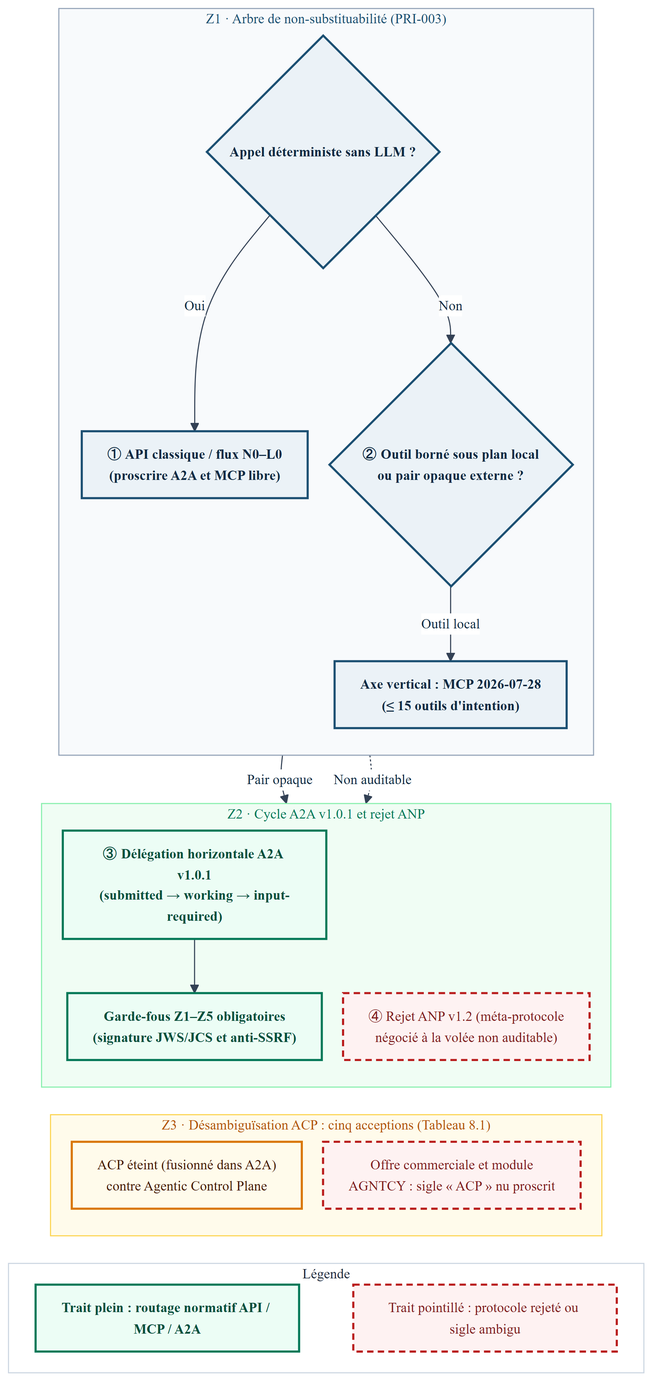
Earlier version of the Mermaid export Sources/Compendium/ouvrage/schemas/rendus/SCH-08-01.png (agbruneau/Agentique). Its source is kept beside it as Sources/Compendium/ouvrage/schemas/SCH-08-01.mmd.
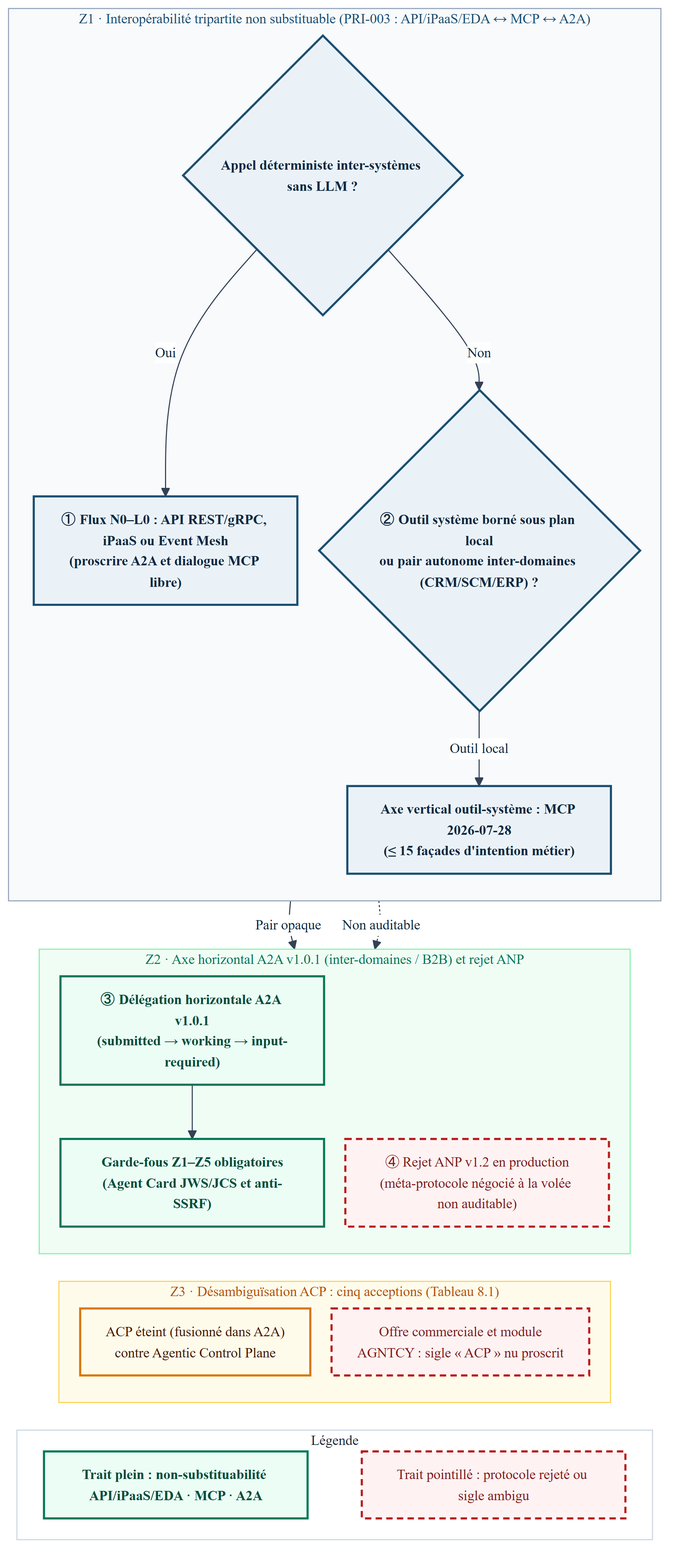
The same file after the commit.

The edit, as a diff of the source:
```diff
@@ -1,21 +1,21 @@
 %%{init: {'theme': 'base', 'themeVariables': {'fontFamily': 'DejaVu Sans', 'fontSize': '13px', 'lineColor': '#334155', 'edgeLabelBackground': '#FFFFFF', 'primaryTextColor': '#0F2942'}, 'flowchart': {'nodeSpacing': 20, 'rankSpacing': 26, 'padding': 12}}}%%
 flowchart TB
-  subgraph Z1["Z1 · Arbre de non-substituabilité (PRI-003)"]
+  subgraph Z1["Z1 · Interopérabilité tripartite non substituable (PRI-003 : API/iPaaS/EDA ↔ MCP ↔ A2A)"]
     direction TB
-    N1{"Appel déterministe sans LLM ?"}:::det
-    N2["① API classique / flux N0–L0<br/>(proscrire A2A et MCP libre)"]:::det
-    N3{"② Outil borné sous plan local<br/>ou pair opaque externe ?"}:::det
-    N4["Axe vertical : MCP 2026-07-28<br/>(≤ 15 outils d'intention)"]:::det
+    N1{"Appel déterministe inter-systèmes sans LLM ?"}:::det
+    N2["① Flux N0–L0 : API REST/gRPC, iPaaS ou Event Mesh<br/>(proscrire A2A et dialogue MCP libre)"]:::det
+    N3{"② Outil système borné sous plan local<br/>ou pair autonome inter-domaines (CRM/SCM/ERP) ?"}:::det
+    N4["Axe vertical outil-système : MCP 2026-07-28<br/>(≤ 15 façades d'intention métier)"]:::det
     N1 -->|"Oui"| N2
     N1 -->|"Non"| N3
     N3 -->|"Outil local"| N4
   end
 
-  subgraph Z2["Z2 · Cycle A2A v1.0.1 et rejet ANP"]
+  subgraph Z2["Z2 · Axe horizontal A2A v1.0.1 (inter-domaines / B2B) et rejet ANP"]
     direction TB
     N5["③ Délégation horizontale A2A v1.0.1<br/>(submitted → working → input-required)"]:::green
-    N6["Garde-fous Z1–Z5 obligatoires<br/>(signature JWS/JCS et anti-SSRF)"]:::green
-    N7["④ Rejet ANP v1.2 (méta-protocole<br/>négocié à la volée non auditable)"]:::warn
+    N6["Garde-fous Z1–Z5 obligatoires<br/>(Agent Card JWS/JCS et anti-SSRF)"]:::green
+    N7["④ Rejet ANP v1.2 en production<br/>(méta-protocole négocié à la volée non auditable)"]:::warn
     N5 --> N6
   end
 
@@ -31,7 +31,7 @@
 
   subgraph LEG["Légende"]
     direction LR
-    L_DET["Trait plein : routage normatif API / MCP / A2A"]:::green
+    L_DET["Trait plein : non-substituabilité API/iPaaS/EDA · MCP · A2A"]:::green
     L_PROB["Trait pointillé : protocole rejeté ou sigle ambigu"]:::warn
     L_DET ~~~ L_PROB
   end
```
